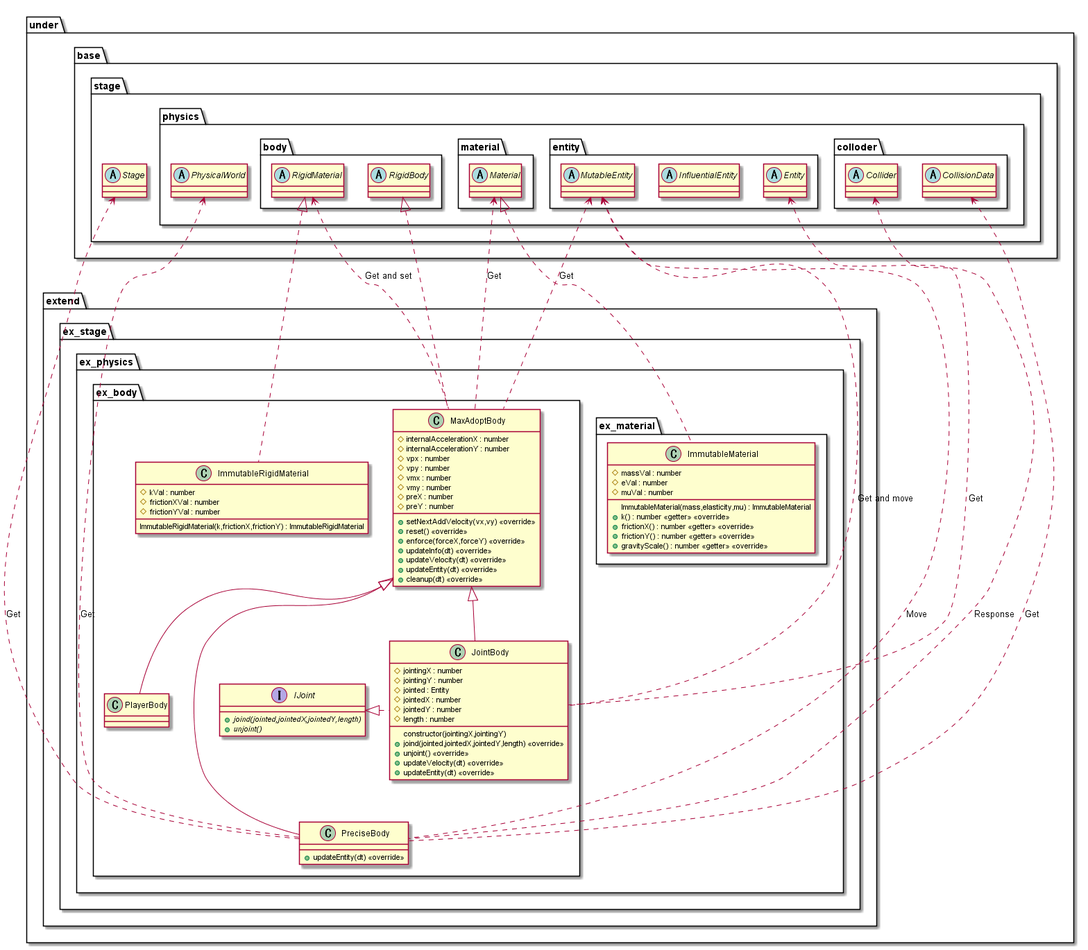
Expine/Under keeps this PlantUML diagram as out/uml/entity/physical/Extend/PhysicalExtend.png. Above is the earlier version.
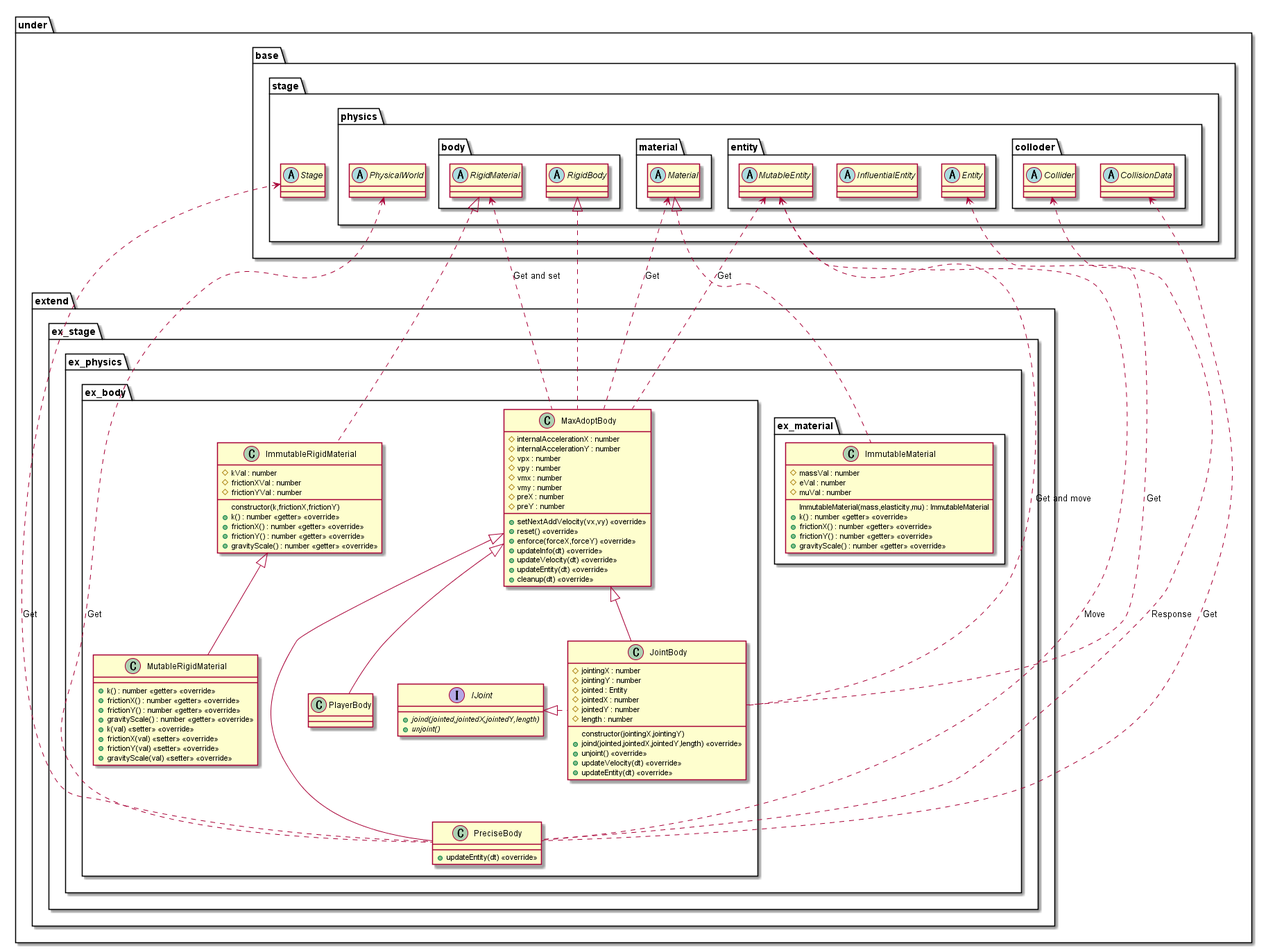
Later version of the same file.

What changed in the source:
```diff
@@ -44,10 +44,24 @@
                         +updateEntity(dt) <<override>>
                     }
                     class ImmutableRigidMaterial {
-                        ImmutableRigidMaterial(k,frictionX,frictionY) : ImmutableRigidMaterial
+                        constructor(k,frictionX,frictionY)
                         #kVal : number
                         #frictionXVal : number
                         #frictionYVal : number
+                        +k() : number <<getter>> <<override>>
+                        +frictionX() : number <<getter>> <<override>>
+                        +frictionY() : number <<getter>> <<override>>
+                        +gravityScale() : number <<getter>> <<override>>
+                    }
+                    class MutableRigidMaterial {
+                        +k() : number <<getter>> <<override>>
+                        +frictionX() : number <<getter>> <<override>>
+                        +frictionY() : number <<getter>> <<override>>
+                        +gravityScale() : number <<getter>> <<override>>
+                        +k(val) <<setter>> <<override>>
+                        +frictionX(val) <<setter>> <<override>>
+                        +frictionY(val) <<setter>> <<override>>
+                        +gravityScale(val) <<setter>> <<override>>
                     }
                 }
 
@@ -114,6 +128,7 @@
 IJoint <|. JointBody
 MaxAdoptBody <|-- JointBody
 RigidMaterial <|.. ImmutableRigidMaterial
+ImmutableRigidMaterial <|-- MutableRigidMaterial
 
 Material <|.. ImmutableMaterial
 
```
